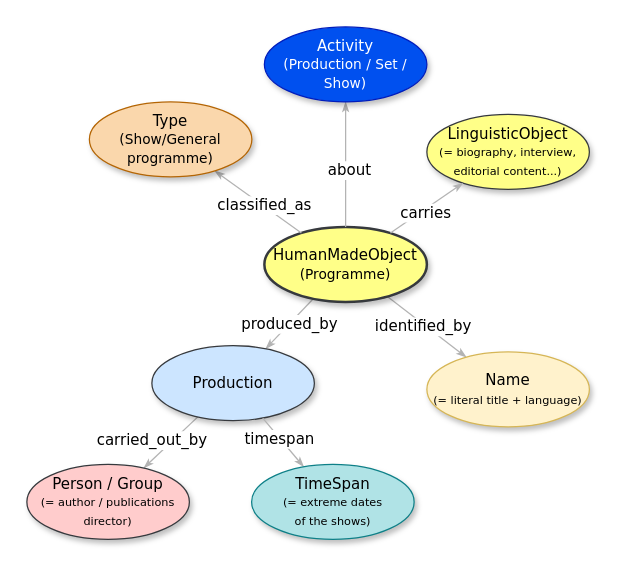
This is Figures-Cookbook/Programme.drawio from stage-to-data/linked-art-pa, a draw.io file, before an edit. Source tidied: cells renumbered, new cells numbered last; positions are measured from the earlier drawing's top-left corner, leaving out a move shared by most shapes. Both pictures are drawn from the tidied source at 125%, with x=0, y=0 at pixel (26, 26).
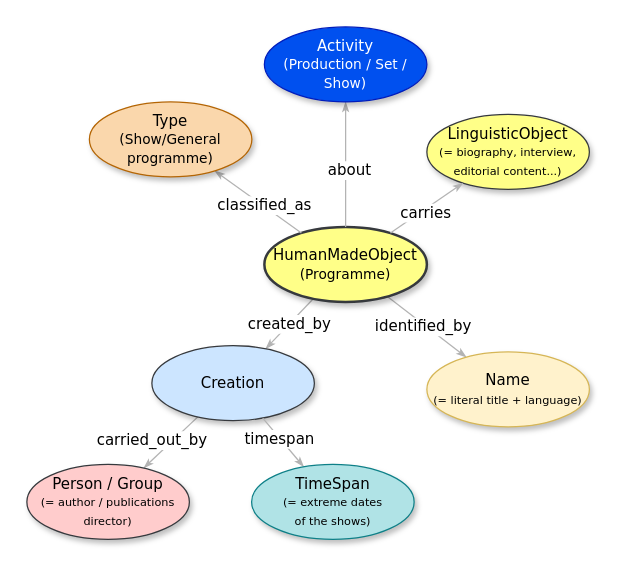
After the change.

The change refers to these unchanged cells:
```xml
<mxCell id="5" value="&lt;div&gt;&lt;span style=&quot;background-color: initial;&quot;&gt;HumanMadeObject&lt;/span&gt;&lt;/div&gt;&lt;div&gt;&lt;span style=&quot;font-size: 11px; background-color: initial;&quot;&gt;(Programme&lt;/span&gt;&lt;span style=&quot;font-size: 11px; background-color: initial;&quot;&gt;)&lt;/span&gt;&lt;/div&gt;" style="ellipse;whiteSpace=wrap;html=1;rounded=0;shadow=1;comic=0;labelBackgroundColor=none;strokeWidth=2;fontFamily=Verdana;fontSize=12;align=center;fillColor=#ffff88;strokeColor=#36393d;" parent="1" vertex="1">
  <mxGeometry x="190" y="160" width="130" height="60" as="geometry" />
</mxCell>
```

Diff of the diagram source:
```diff
@@
-    <mxCell id="4" value="produced_by" style="edgeStyle=none;rounded=1;html=1;labelBackgroundColor=#FFFFFF;startArrow=none;startFill=0;startSize=5;endArrow=classicThin;endFill=1;endSize=5;jettySize=auto;strokeColor=#B3B3B3;strokeWidth=1;fontFamily=Verdana;fontSize=12;" parent="1" edge="1" source="5" target="9">
+    <mxCell id="4" value="created_by" style="edgeStyle=none;rounded=1;html=1;labelBackgroundColor=#FFFFFF;startArrow=none;startFill=0;startSize=5;endArrow=classicThin;endFill=1;endSize=5;jettySize=auto;strokeColor=#B3B3B3;strokeWidth=1;fontFamily=Verdana;fontSize=12;" parent="1" edge="1" source="5" target="9">
       <mxGeometry relative="1" as="geometry" />
     </mxCell>
@@
-    <mxCell id="9" value="&lt;span&gt;Production&lt;/span&gt;" style="ellipse;whiteSpace=wrap;html=1;rounded=0;shadow=1;comic=0;labelBackgroundColor=none;strokeWidth=1;fontFamily=Verdana;fontSize=12;align=center;fillColor=#cce5ff;strokeColor=#36393d;" parent="1" vertex="1">
+    <mxCell id="9" value="&lt;span&gt;Creation&lt;/span&gt;" style="ellipse;whiteSpace=wrap;html=1;rounded=0;shadow=1;comic=0;labelBackgroundColor=none;strokeWidth=1;fontFamily=Verdana;fontSize=12;align=center;fillColor=#cce5ff;strokeColor=#36393d;" parent="1" vertex="1">
       <mxGeometry x="100" y="255" width="130" height="60" as="geometry" />
     </mxCell>
```
